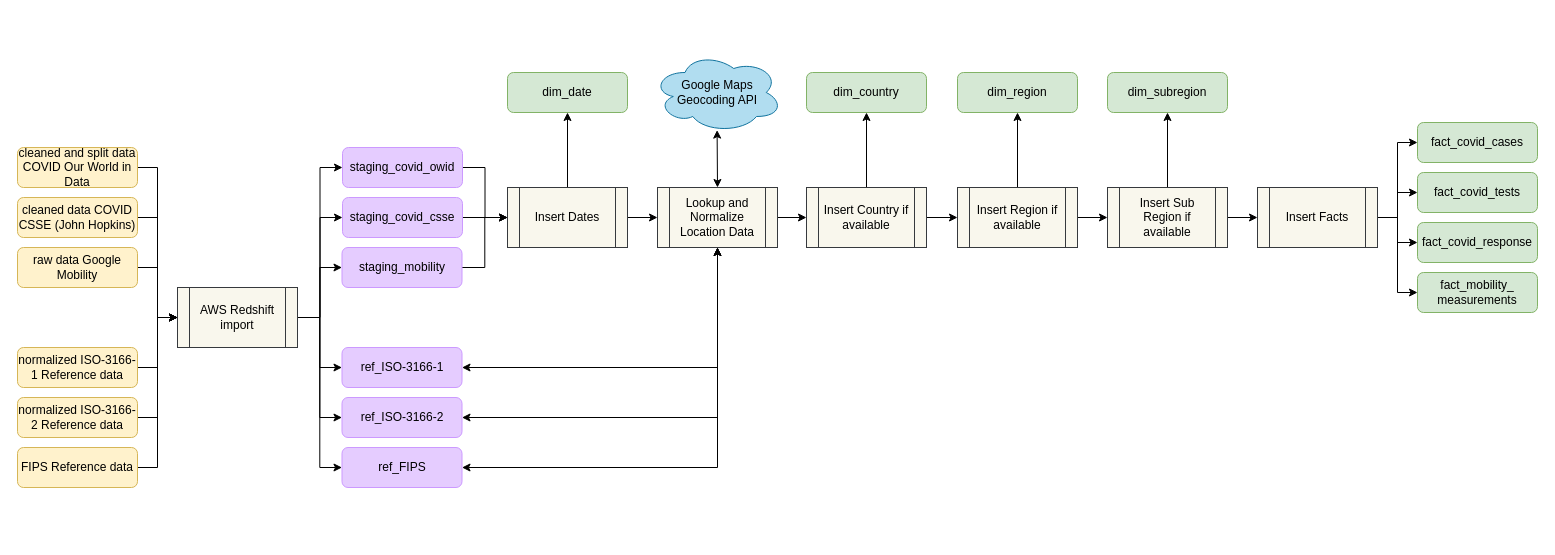
Above: drawings/etl.drawio in p-friedl/dataeng-capstone (draw.io), before the change. Source tidied: cells renumbered, new cells numbered last; positions are measured from the earlier drawing's top-left corner, leaving out a move shared by most shapes. Both pictures are drawn from the tidied source at 100%, with x=0, y=0 at pixel (17, 52).
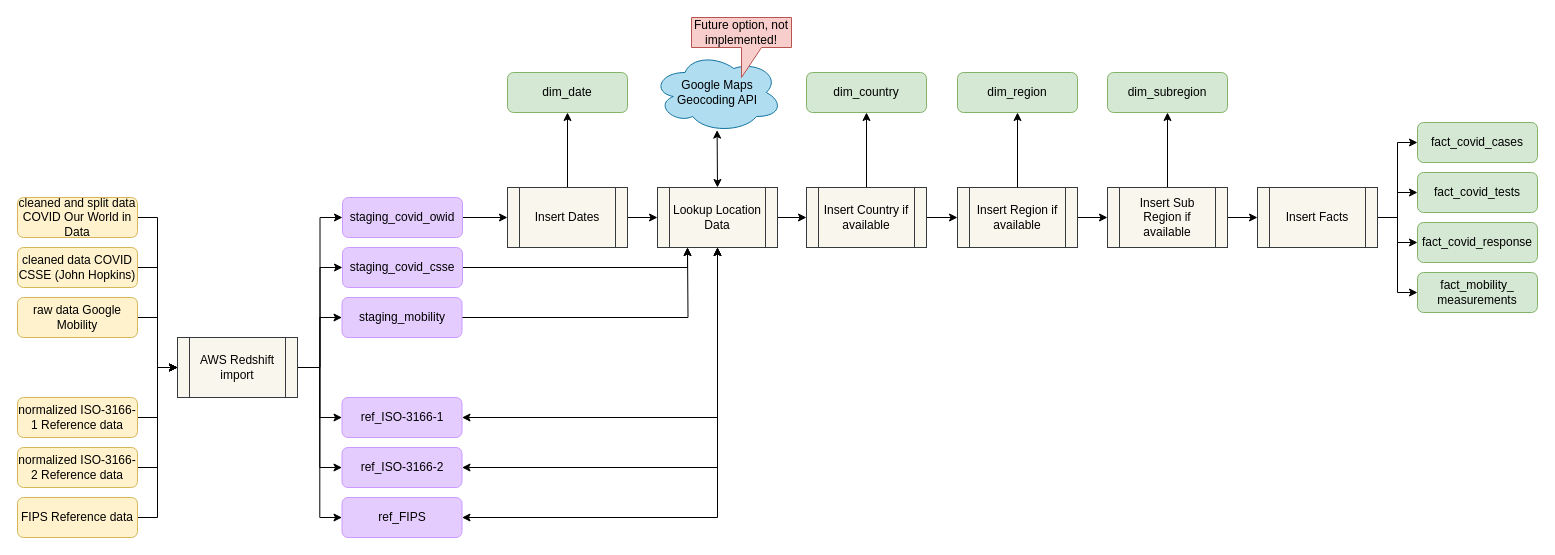
After the change.

Commit message (it also covers changes not shown here):
update etl drawing: google as optional

Unchanged cells that the change refers to:
```xml
<mxCell id="33" value="Insert Dates" style="shape=process;whiteSpace=wrap;html=1;backgroundOutline=1;fillColor=#f9f7ed;strokeColor=#36393d;" parent="1" vertex="1">
  <mxGeometry x="490" y="135" width="120" height="60" as="geometry" />
</mxCell>
```

Diff of the diagram source:
```diff
@@
     <mxCell id="4" value="cleaned data COVID CSSE (John Hopkins)" style="rounded=1;whiteSpace=wrap;html=1;fontSize=12;glass=0;strokeWidth=1;shadow=0;fillColor=#fff2cc;strokeColor=#d6b656;" parent="1" vertex="1">
-      <mxGeometry y="145" width="120" height="40" as="geometry" />
+      <mxGeometry y="195" width="120" height="40" as="geometry" />
     </mxCell>
@@
     <mxCell id="6" value="cleaned and split data COVID Our World in Data" style="rounded=1;whiteSpace=wrap;html=1;fontSize=12;glass=0;strokeWidth=1;shadow=0;fillColor=#fff2cc;strokeColor=#d6b656;" parent="1" vertex="1">
-      <mxGeometry y="95" width="120" height="40" as="geometry" />
+      <mxGeometry y="145" width="120" height="40" as="geometry" />
     </mxCell>
@@
     <mxCell id="8" value="raw data Google Mobility" style="rounded=1;whiteSpace=wrap;html=1;fontSize=12;glass=0;strokeWidth=1;shadow=0;fillColor=#fff2cc;strokeColor=#d6b656;" parent="1" vertex="1">
-      <mxGeometry y="195" width="120" height="40" as="geometry" />
+      <mxGeometry y="245" width="120" height="40" as="geometry" />
     </mxCell>
@@
     <mxCell id="10" value="normalized ISO-3166-1 Reference data" style="rounded=1;whiteSpace=wrap;html=1;fontSize=12;glass=0;strokeWidth=1;shadow=0;fillColor=#fff2cc;strokeColor=#d6b656;" parent="1" vertex="1">
-      <mxGeometry y="295" width="120" height="40" as="geometry" />
+      <mxGeometry y="345" width="120" height="40" as="geometry" />
     </mxCell>
@@
     <mxCell id="12" value="normalized ISO-3166-2 Reference data" style="rounded=1;whiteSpace=wrap;html=1;fontSize=12;glass=0;strokeWidth=1;shadow=0;fillColor=#fff2cc;strokeColor=#d6b656;" parent="1" vertex="1">
-      <mxGeometry y="345" width="120" height="40" as="geometry" />
+      <mxGeometry y="395" width="120" height="40" as="geometry" />
     </mxCell>
@@
     <mxCell id="14" value="FIPS Reference data" style="rounded=1;whiteSpace=wrap;html=1;fontSize=12;glass=0;strokeWidth=1;shadow=0;fillColor=#fff2cc;strokeColor=#d6b656;" parent="1" vertex="1">
-      <mxGeometry y="395" width="120" height="40" as="geometry" />
+      <mxGeometry y="445" width="120" height="40" as="geometry" />
     </mxCell>
@@
     <mxCell id="21" value="AWS Redshift import" style="shape=process;whiteSpace=wrap;html=1;backgroundOutline=1;fillColor=#f9f7ed;strokeColor=#36393d;" parent="1" vertex="1">
-      <mxGeometry x="160" y="235" width="120" height="60" as="geometry" />
+      <mxGeometry x="160" y="285" width="120" height="60" as="geometry" />
     </mxCell>
-    <mxCell id="22" style="edgeStyle=orthogonalEdgeStyle;rounded=0;jettySize=auto;html=1;exitX=1;exitY=0.5;exitDx=0;exitDy=0;entryX=0;entryY=0.5;entryDx=0;entryDy=0;" parent="1" edge="1" source="23" target="33">
-      <mxGeometry relative="1" as="geometry" />
-    </mxCell>
+    <mxCell id="62" style="edgeStyle=orthogonalEdgeStyle;rounded=0;jettySize=auto;html=1;exitX=1;exitY=0.5;exitDx=0;exitDy=0;entryX=0.25;entryY=1;entryDx=0;entryDy=0;" parent="1" edge="1" source="23" target="36">
+      <mxGeometry relative="1" as="geometry" />
+    </mxCell>
     <mxCell id="23" value="staging_covid_csse" style="rounded=1;whiteSpace=wrap;html=1;fontSize=12;glass=0;strokeWidth=1;shadow=0;fillColor=#E5CCFF;strokeColor=#CC99FF;" parent="1" vertex="1">
-      <mxGeometry x="325" y="145" width="120" height="40" as="geometry" />
+      <mxGeometry x="325" y="195" width="120" height="40" as="geometry" />
     </mxCell>
@@
     <mxCell id="25" value="staging_covid_owid" style="rounded=1;whiteSpace=wrap;html=1;fontSize=12;glass=0;strokeWidth=1;shadow=0;fillColor=#E5CCFF;strokeColor=#CC99FF;" parent="1" vertex="1">
-      <mxGeometry x="325" y="95" width="120" height="40" as="geometry" />
+      <mxGeometry x="325" y="145" width="120" height="40" as="geometry" />
     </mxCell>
-    <mxCell id="26" style="edgeStyle=orthogonalEdgeStyle;rounded=0;jettySize=auto;html=1;exitX=1;exitY=0.5;exitDx=0;exitDy=0;entryX=0;entryY=0.5;entryDx=0;entryDy=0;" parent="1" edge="1" source="27" target="33">
-      <mxGeometry relative="1" as="geometry" />
-    </mxCell>
+    <mxCell id="63" style="edgeStyle=orthogonalEdgeStyle;rounded=0;jettySize=auto;html=1;exitX=1;exitY=0.5;exitDx=0;exitDy=0;" parent="1" edge="1" source="27">
+      <mxGeometry relative="1" as="geometry">
+        <mxPoint x="670" y="195" as="targetPoint" />
+      </mxGeometry>
+    </mxCell>
     <mxCell id="27" value="staging_mobility" style="rounded=1;whiteSpace=wrap;html=1;fontSize=12;glass=0;strokeWidth=1;shadow=0;fillColor=#E5CCFF;strokeColor=#CC99FF;" parent="1" vertex="1">
-      <mxGeometry x="324.5" y="195" width="120" height="40" as="geometry" />
+      <mxGeometry x="324.5" y="245" width="120" height="40" as="geometry" />
     </mxCell>
     <mxCell id="28" value="ref_ISO-3166-1" style="rounded=1;whiteSpace=wrap;html=1;fontSize=12;glass=0;strokeWidth=1;shadow=0;fillColor=#E5CCFF;strokeColor=#CC99FF;" parent="1" vertex="1">
-      <mxGeometry x="324.5" y="295" width="120" height="40" as="geometry" />
+      <mxGeometry x="324.5" y="345" width="120" height="40" as="geometry" />
     </mxCell>
     <mxCell id="29" value="ref_ISO-3166-2" style="rounded=1;whiteSpace=wrap;html=1;fontSize=12;glass=0;strokeWidth=1;shadow=0;fillColor=#E5CCFF;strokeColor=#CC99FF;" parent="1" vertex="1">
-      <mxGeometry x="324.5" y="345" width="120" height="40" as="geometry" />
+      <mxGeometry x="324.5" y="395" width="120" height="40" as="geometry" />
     </mxCell>
     <mxCell id="30" value="ref_FIPS" style="rounded=1;whiteSpace=wrap;html=1;fontSize=12;glass=0;strokeWidth=1;shadow=0;fillColor=#E5CCFF;strokeColor=#CC99FF;" parent="1" vertex="1">
-      <mxGeometry x="324.5" y="395" width="120" height="40" as="geometry" />
+      <mxGeometry x="324.5" y="445" width="120" height="40" as="geometry" />
     </mxCell>
@@
-    <mxCell id="36" value="Lookup and Normalize Location Data" style="shape=process;whiteSpace=wrap;html=1;backgroundOutline=1;fillColor=#f9f7ed;strokeColor=#36393d;" parent="1" vertex="1">
+    <mxCell id="36" value="Lookup Location Data" style="shape=process;whiteSpace=wrap;html=1;backgroundOutline=1;fillColor=#f9f7ed;strokeColor=#36393d;" parent="1" vertex="1">
       <mxGeometry x="640" y="135" width="120" height="60" as="geometry" />
     </mxCell>
@@
+    <mxCell id="64" value="Future option, not implemented!" style="shape=callout;whiteSpace=wrap;html=1;perimeter=calloutPerimeter;fillColor=#f8cecc;strokeColor=#b85450;" parent="1" vertex="1">
+      <mxGeometry x="674" y="-35" width="100" height="60" as="geometry" />
+    </mxCell>
```
